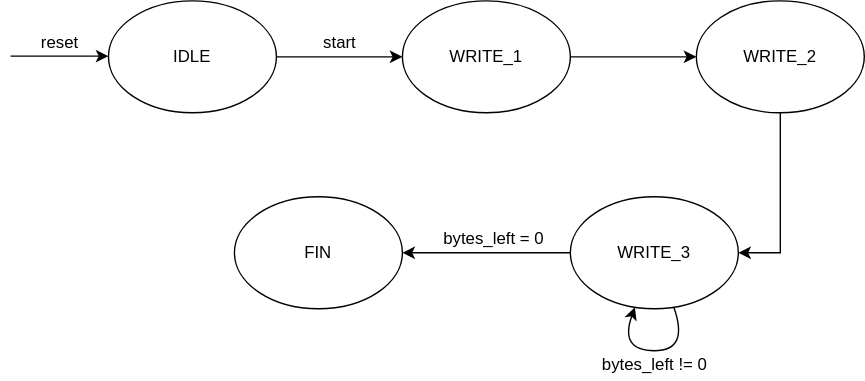
This is Documentation/State_diagram/UDP_encoder_sd.svg from ntpt7921/Verilog_UDP_TCP, a draw.io export, as it was before one commit. Source tidied: cells renumbered, new cells last; positions are measured from the earlier drawing's top-left corner, leaving out a move shared by most shapes. Its diagram source:
```xml
<mxGraphModel>
  <root>
    <mxCell id="0" />
    <mxCell id="1" parent="0" />
    <mxCell id="2" style="edgeStyle=orthogonalEdgeStyle;rounded=0;jettySize=auto;html=1;" parent="1" edge="1" source="3" target="5">
      <mxGeometry relative="1" as="geometry" />
    </mxCell>
    <mxCell id="3" value="IDLE" style="ellipse;whiteSpace=wrap;html=1;" parent="1" vertex="1">
      <mxGeometry x="70" width="120" height="80" as="geometry" />
    </mxCell>
    <mxCell id="4" style="edgeStyle=orthogonalEdgeStyle;rounded=0;jettySize=auto;html=1;" parent="1" edge="1" source="5" target="7">
      <mxGeometry relative="1" as="geometry" />
    </mxCell>
    <mxCell id="5" value="WRITE_1" style="ellipse;whiteSpace=wrap;html=1;" parent="1" vertex="1">
      <mxGeometry x="280" width="120" height="80" as="geometry" />
    </mxCell>
    <mxCell id="6" style="edgeStyle=orthogonalEdgeStyle;rounded=0;jettySize=auto;html=1;entryX=1;entryY=0.5;entryDx=0;entryDy=0;" parent="1" edge="1" source="7" target="13">
      <mxGeometry relative="1" as="geometry" />
    </mxCell>
    <mxCell id="7" value="WRITE_2" style="ellipse;whiteSpace=wrap;html=1;" parent="1" vertex="1">
      <mxGeometry x="490" width="120" height="80" as="geometry" />
    </mxCell>
    <mxCell id="8" value="FIN" style="ellipse;whiteSpace=wrap;html=1;" parent="1" vertex="1">
      <mxGeometry x="160" y="140" width="120" height="80" as="geometry" />
    </mxCell>
    <mxCell id="9" style="endArrow=classic;html=1;rounded=0;" parent="1" edge="1">
      <mxGeometry relative="1" as="geometry">
        <mxPoint y="39.5" as="sourcePoint" />
        <mxPoint x="70" y="39.5" as="targetPoint" />
      </mxGeometry>
    </mxCell>
    <mxCell id="10" value="reset" style="text;html=1;align=center;verticalAlign=middle;strokeColor=none;fillColor=none;" parent="1" vertex="1">
      <mxGeometry x="15" y="20" width="40" height="20" as="geometry" />
    </mxCell>
    <mxCell id="11" value="start" style="text;html=1;align=center;verticalAlign=middle;strokeColor=none;fillColor=none;" parent="1" vertex="1">
      <mxGeometry x="215" y="20" width="40" height="20" as="geometry" />
    </mxCell>
    <mxCell id="12" style="edgeStyle=orthogonalEdgeStyle;rounded=0;jettySize=auto;html=1;" parent="1" edge="1" source="13" target="8">
      <mxGeometry relative="1" as="geometry" />
    </mxCell>
    <mxCell id="13" value="WRITE_3" style="ellipse;whiteSpace=wrap;html=1;" parent="1" vertex="1">
      <mxGeometry x="400" y="140" width="120" height="80" as="geometry" />
    </mxCell>
    <mxCell id="14" style="curved=1;endArrow=classic;html=1;rounded=0;" parent="1" edge="1" source="13" target="13">
      <mxGeometry relative="1" as="geometry">
        <Array as="points">
          <mxPoint x="485" y="250" />
          <mxPoint x="435" y="250" />
        </Array>
      </mxGeometry>
    </mxCell>
    <mxCell id="15" value="bytes_left = 0" style="text;html=1;align=center;verticalAlign=middle;strokeColor=none;fillColor=none;" parent="1" vertex="1">
      <mxGeometry x="300" y="160" width="90" height="20" as="geometry" />
    </mxCell>
    <mxCell id="16" value="bytes_left != 0" style="text;html=1;align=center;verticalAlign=middle;strokeColor=none;fillColor=none;" parent="1" vertex="1">
      <mxGeometry x="415" y="250" width="90" height="20" as="geometry" />
    </mxCell>
  </root>
</mxGraphModel>
```
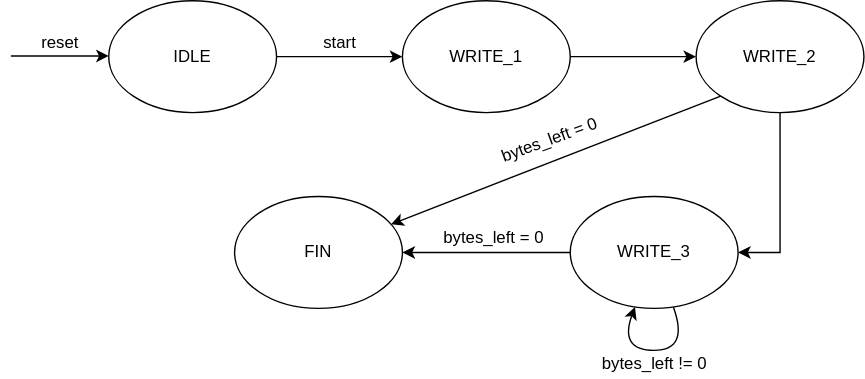
Later version of the same file.

Change to the diagram source:
```diff
@@ -17,6 +17,9 @@
     <mxCell id="6" style="edgeStyle=orthogonalEdgeStyle;rounded=0;jettySize=auto;html=1;entryX=1;entryY=0.5;entryDx=0;entryDy=0;" parent="1" edge="1" source="7" target="13">
       <mxGeometry relative="1" as="geometry" />
     </mxCell>
+    <mxCell id="17" style="edgeStyle=none;rounded=0;jettySize=auto;html=1;exitX=0;exitY=1;exitDx=0;exitDy=0;" parent="1" edge="1" source="7" target="8">
+      <mxGeometry relative="1" as="geometry" />
+    </mxCell>
     <mxCell id="7" value="WRITE_2" style="ellipse;whiteSpace=wrap;html=1;" parent="1" vertex="1">
       <mxGeometry x="490" width="120" height="80" as="geometry" />
     </mxCell>
@@ -55,5 +58,8 @@
     <mxCell id="16" value="bytes_left != 0" style="text;html=1;align=center;verticalAlign=middle;strokeColor=none;fillColor=none;" parent="1" vertex="1">
       <mxGeometry x="415" y="250" width="90" height="20" as="geometry" />
     </mxCell>
+    <mxCell id="18" value="bytes_left = 0" style="text;html=1;align=center;verticalAlign=middle;strokeColor=none;fillColor=none;rotation=-20;" parent="1" vertex="1">
+      <mxGeometry x="340" y="90" width="90" height="20" as="geometry" />
+    </mxCell>
   </root>
 </mxGraphModel>
```
